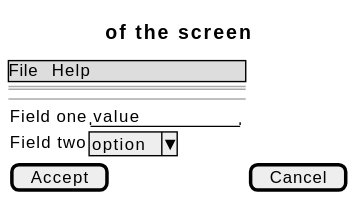
The PlantUML diagram docs/01-requirements/use-cases/viewAsRole/wireframes.svg in didactika/kampus, before a commit. The source it was exported from:
```plantuml
@startsalt
{
  {* File | Help }
  ==
  Title of the screen
  --
  {
    Field one | "value        "
    Field two | ^option^
  }
  [ Accept ] | [ Cancel ]
}
@endsalt
```
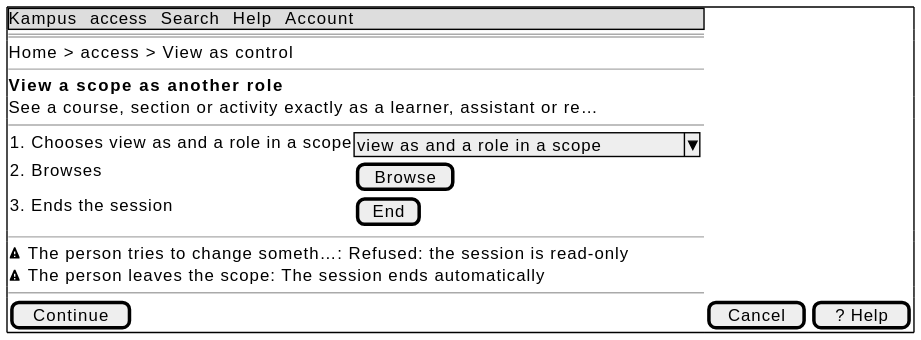
Above is the later version.

Diff of the diagram source:
```diff
@@ -1,13 +1,21 @@
 @startsalt
-{
-  {* File | Help }
+{+
+  {* Kampus | access | Search | Help | Account }
   ==
-  Title of the screen
+  Home > access > View as control
+  --
+  <b>View a scope as another role
+  See a course, section or activity exactly as a learner, assistant or re…
   --
   {
-    Field one | "value        "
-    Field two | ^option^
+    1. Chooses view as and a role in a scope | ^view as and a role in a scope^
+    2. Browses | [ Browse ]
+    3. Ends the session | [ End ]
   }
-  [ Accept ] | [ Cancel ]
+  --
+  <&warning> The person tries to change someth…: Refused: the session is read-only
+  <&warning> The person leaves the scope: The session ends automatically
+  --
+  [ Continue ] | [ Cancel ] | [ ? Help ]
 }
 @endsalt
```
